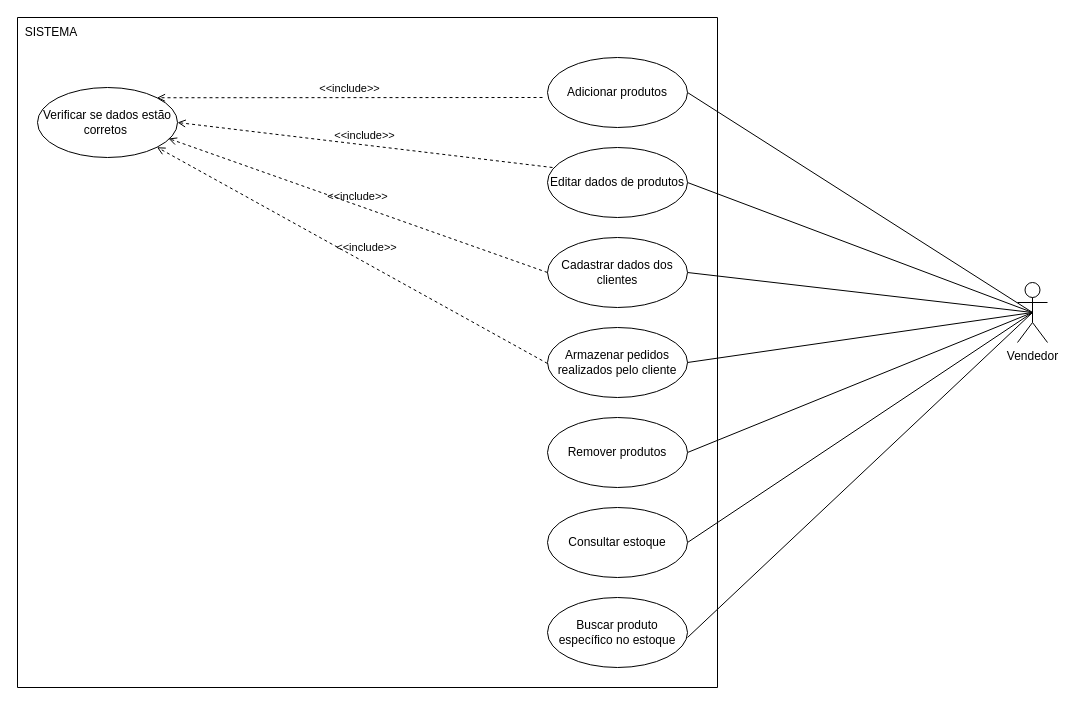
Above: CASOS_DE_USO/diagrama_casos_de_uso.drawio in guifrazao/PROJETO_ESW1 (draw.io), before the change. Source tidied: cells renumbered, new cells numbered last; positions are measured from the earlier drawing's top-left corner, leaving out a move shared by most shapes. Both pictures are drawn from the tidied source at 100%, with x=0, y=0 at pixel (17, 17).
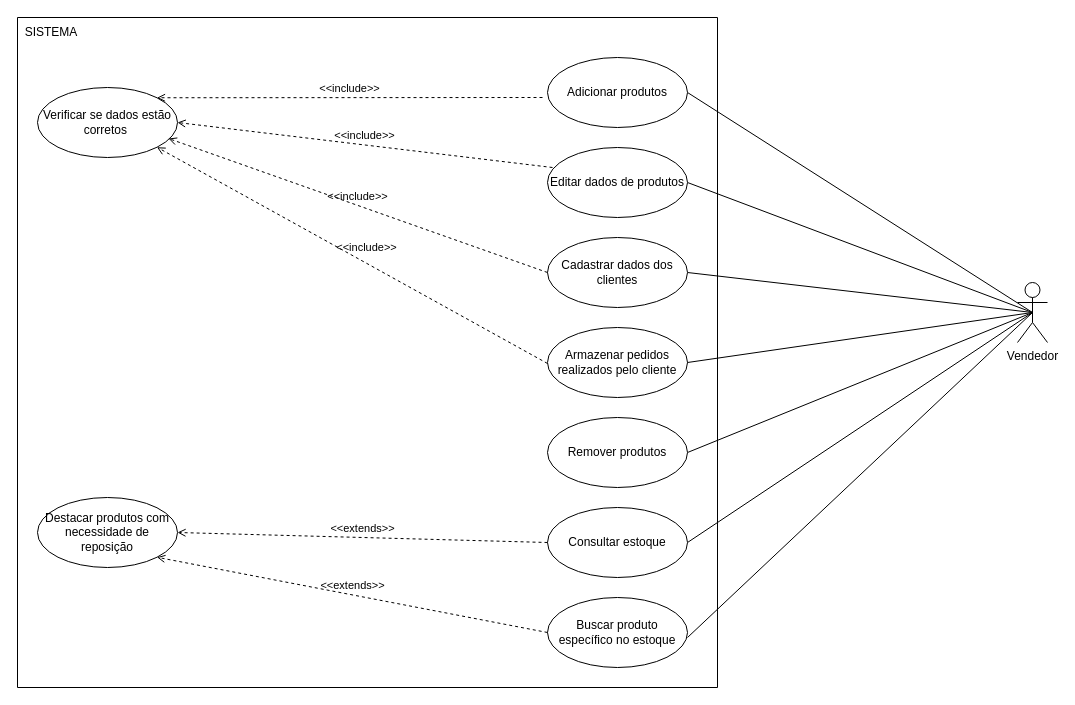
After the change.

Unchanged cells that the change refers to:
```xml
<mxCell id="8" style="swimlane;startSize=0;" parent="1" vertex="1">
  <mxGeometry width="700" height="670" as="geometry" />
</mxCell>
<mxCell id="19" value="Consultar estoque" style="ellipse;whiteSpace=wrap;html=1;" parent="8" vertex="1">
  <mxGeometry x="530" y="490" width="140" height="70" as="geometry" />
</mxCell>
<mxCell id="22" value="Buscar produto específico no estoque" style="ellipse;whiteSpace=wrap;html=1;" parent="8" vertex="1">
  <mxGeometry x="530" y="580" width="140" height="70" as="geometry" />
</mxCell>
```

Change to the diagram source:
```diff
@@
+    <mxCell id="25" value="Destacar produtos com necessidade de reposição" style="ellipse;whiteSpace=wrap;html=1;" parent="8" vertex="1">
+      <mxGeometry x="20" y="480" width="140" height="70" as="geometry" />
+    </mxCell>
+    <mxCell id="26" value="&amp;lt;&amp;lt;extends&amp;gt;&amp;gt;" style="html=1;verticalAlign=bottom;labelBackgroundColor=none;endArrow=open;endFill=0;dashed=1;rounded=0;entryX=1;entryY=1;entryDx=0;entryDy=0;exitX=0;exitY=0.5;exitDx=0;exitDy=0;" parent="8" edge="1" source="22" target="25">
+      <mxGeometry relative="1" as="geometry" />
+    </mxCell>
+    <mxCell id="27" value="&amp;lt;&amp;lt;extends&amp;gt;&amp;gt;" style="html=1;verticalAlign=bottom;labelBackgroundColor=none;endArrow=open;endFill=0;dashed=1;rounded=0;entryX=1;entryY=0.5;entryDx=0;entryDy=0;exitX=0;exitY=0.5;exitDx=0;exitDy=0;" parent="8" edge="1" source="19" target="25">
+      <mxGeometry relative="1" as="geometry" />
+    </mxCell>
```
